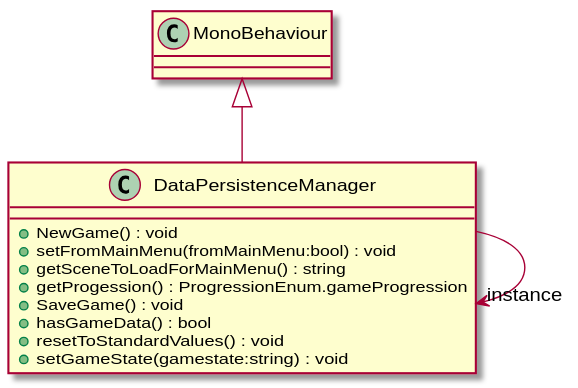
Earlier version of the PlantUML export UML/SaveAndLoad/DataPersistenceManager.svg (robinsuurs/Mallow_Mysterie).
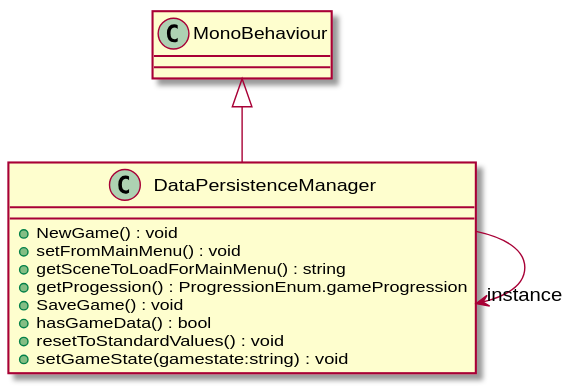
The same diagram one commit later.

Change to the diagram source:
```diff
@@ -1,7 +1,7 @@
 @startuml
 class DataPersistenceManager {
     + NewGame() : void
-    + setFromMainMenu(fromMainMenu:bool) : void
+    + setFromMainMenu() : void
     + getSceneToLoadForMainMenu() : string
     + getProgession() : ProgressionEnum.gameProgression
     + SaveGame() : void
```
